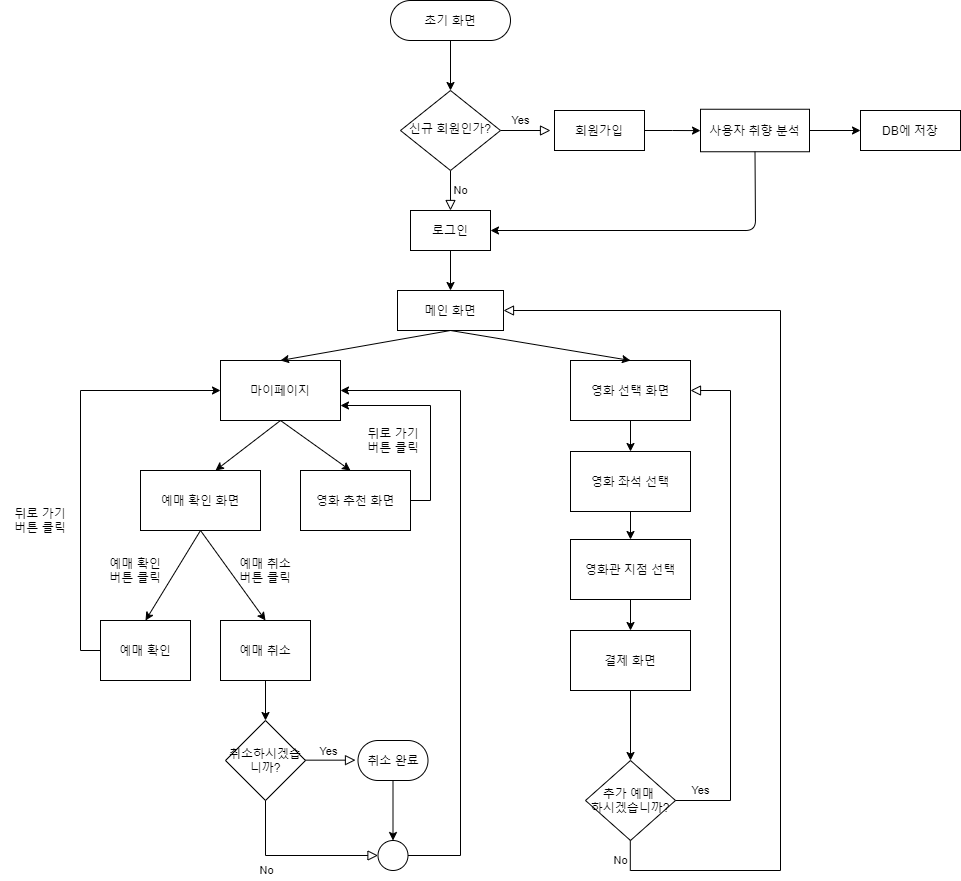
Earlier version of the draw.io export flowchart.png (NayeonKeum/MovieApp_Swing). Source tidied: cells renumbered, new cells last; positions are measured from the earlier drawing's top-left corner, leaving out a move shared by most shapes.
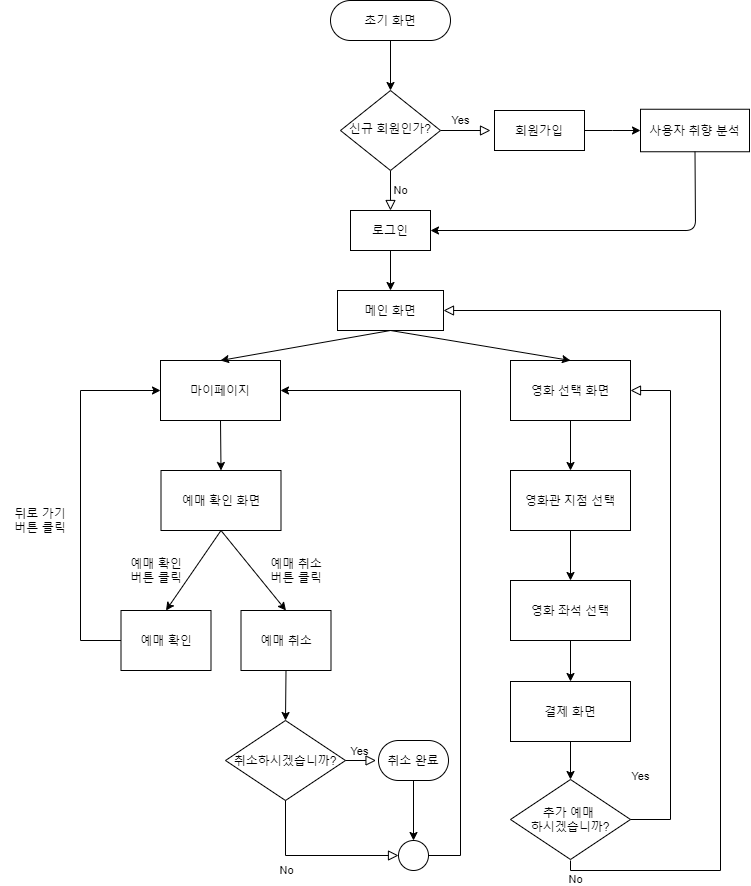
After the change.

The edit, as a diff of the source:
```diff
@@ -39,23 +39,12 @@
         </Array>
       </mxGeometry>
     </mxCell>
-    <mxCell id="11" style="endArrow=classic;html=1;exitX=1;exitY=0.5;exitDx=0;exitDy=0;entryX=0;entryY=0.5;entryDx=0;entryDy=0;" parent="1" edge="1" source="8">
-      <mxGeometry relative="1" as="geometry">
-        <mxPoint x="860" y="130" as="targetPoint" />
-      </mxGeometry>
-    </mxCell>
     <mxCell id="12" style="edgeStyle=orthogonalEdgeStyle;rounded=0;jettySize=auto;html=1;exitX=0.5;exitY=1;exitDx=0;exitDy=0;entryX=0.5;entryY=0;entryDx=0;entryDy=0;" parent="1" edge="1" source="13" target="43">
       <mxGeometry relative="1" as="geometry" />
     </mxCell>
     <mxCell id="13" value="영화 선택 화면" style="rounded=0;whiteSpace=wrap;html=1;" parent="1" vertex="1">
       <mxGeometry x="570" y="360" width="120" height="60" as="geometry" />
     </mxCell>
-    <mxCell id="14" style="edgeStyle=orthogonalEdgeStyle;rounded=0;jettySize=auto;html=1;exitX=1;exitY=0.5;exitDx=0;exitDy=0;entryX=1;entryY=0.75;entryDx=0;entryDy=0;" parent="1" edge="1" source="15" target="16">
-      <mxGeometry relative="1" as="geometry" />
-    </mxCell>
-    <mxCell id="15" value="영화 추천 화면" style="rounded=0;whiteSpace=wrap;html=1;" parent="1" vertex="1">
-      <mxGeometry x="300" y="470" width="110" height="60" as="geometry" />
-    </mxCell>
     <mxCell id="16" value="마이페이지" style="rounded=0;whiteSpace=wrap;html=1;" parent="1" vertex="1">
       <mxGeometry x="220" y="360" width="120" height="60" as="geometry" />
     </mxCell>
@@ -64,31 +53,28 @@
         <mxPoint x="450" y="290" as="targetPoint" />
       </mxGeometry>
     </mxCell>
-    <mxCell id="18" value="DB에 저장" style="rounded=0;whiteSpace=wrap;html=1;" parent="1" vertex="1">
-      <mxGeometry x="860" y="110" width="100" height="40" as="geometry" />
-    </mxCell>
     <mxCell id="19" value="메인 화면" style="rounded=0;whiteSpace=wrap;html=1;" parent="1" vertex="1">
       <mxGeometry x="397" y="290" width="106" height="40" as="geometry" />
     </mxCell>
-    <mxCell id="20" style="endArrow=classic;html=1;exitX=0.5;exitY=1;exitDx=0;exitDy=0;" parent="1" edge="1" source="16">
-      <mxGeometry relative="1" as="geometry">
-        <mxPoint x="350" y="470" as="targetPoint" />
-      </mxGeometry>
-    </mxCell>
     <mxCell id="21" value="예매 확인 화면" style="rounded=0;whiteSpace=wrap;html=1;" parent="1" vertex="1">
-      <mxGeometry x="140" y="470" width="120" height="60" as="geometry" />
+      <mxGeometry x="220.5" y="470" width="120" height="60" as="geometry" />
     </mxCell>
-    <mxCell id="22" style="endArrow=classic;html=1;exitX=0.5;exitY=1;exitDx=0;exitDy=0;entryX=0.625;entryY=0;entryDx=0;entryDy=0;entryPerimeter=0;" parent="1" edge="1" source="16" target="21">
+    <mxCell id="22" style="endArrow=classic;html=1;exitX=0.5;exitY=1;exitDx=0;exitDy=0;entryX=0.5;entryY=0;entryDx=0;entryDy=0;" parent="1" edge="1" source="16" target="21">
       <mxGeometry relative="1" as="geometry" />
     </mxCell>
     <mxCell id="23" style="edgeStyle=orthogonalEdgeStyle;rounded=0;jettySize=auto;html=1;exitX=0;exitY=0.5;exitDx=0;exitDy=0;entryX=0;entryY=0.5;entryDx=0;entryDy=0;" parent="1" edge="1" source="24" target="16">
-      <mxGeometry relative="1" as="geometry" />
+      <mxGeometry relative="1" as="geometry">
+        <Array as="points">
+          <mxPoint x="140" y="640" />
+          <mxPoint x="140" y="390" />
+        </Array>
+      </mxGeometry>
     </mxCell>
     <mxCell id="24" value="예매 확인" style="rounded=0;whiteSpace=wrap;html=1;" parent="1" vertex="1">
-      <mxGeometry x="100" y="620" width="90" height="60" as="geometry" />
+      <mxGeometry x="180.5" y="610" width="90" height="60" as="geometry" />
     </mxCell>
     <mxCell id="25" value="예매 취소" style="rounded=0;whiteSpace=wrap;html=1;" parent="1" vertex="1">
-      <mxGeometry x="220" y="620" width="90" height="60" as="geometry" />
+      <mxGeometry x="300.5" y="610" width="90" height="60" as="geometry" />
     </mxCell>
     <mxCell id="26" style="endArrow=classic;html=1;exitX=0.5;exitY=1;exitDx=0;exitDy=0;entryX=0.5;entryY=0;entryDx=0;entryDy=0;" parent="1" edge="1" source="21" target="24">
       <mxGeometry relative="1" as="geometry" />
@@ -97,23 +83,21 @@
       <mxGeometry relative="1" as="geometry" />
     </mxCell>
     <mxCell id="28" value="예매 확인 버튼 클릭" style="text;html=1;strokeColor=none;fillColor=none;align=center;verticalAlign=middle;whiteSpace=wrap;rounded=0;" parent="1" vertex="1">
-      <mxGeometry x="105" y="560" width="60" height="20" as="geometry" />
+      <mxGeometry x="185.5" y="560" width="60" height="20" as="geometry" />
     </mxCell>
     <mxCell id="29" value="예매 취소&lt;br&gt;버튼 클릭" style="text;html=1;strokeColor=none;fillColor=none;align=center;verticalAlign=middle;whiteSpace=wrap;rounded=0;" parent="1" vertex="1">
-      <mxGeometry x="230" y="560" width="70" height="20" as="geometry" />
+      <mxGeometry x="320.5" y="560" width="70" height="20" as="geometry" />
     </mxCell>
-    <mxCell id="30" style="endArrow=classic;html=1;exitX=0.5;exitY=1;exitDx=0;exitDy=0;entryX=0.5;entryY=0;entryDx=0;entryDy=0;" parent="1" edge="1" source="25">
-      <mxGeometry relative="1" as="geometry">
-        <mxPoint x="265" y="720" as="targetPoint" />
-      </mxGeometry>
+    <mxCell id="30" style="endArrow=classic;html=1;exitX=0.5;exitY=1;exitDx=0;exitDy=0;entryX=0.5;entryY=0;entryDx=0;entryDy=0;" parent="1" edge="1" source="25" target="31">
+      <mxGeometry relative="1" as="geometry" />
     </mxCell>
     <mxCell id="31" value="취소하시겠습니까?" style="rhombus;whiteSpace=wrap;html=1;" parent="1" vertex="1">
-      <mxGeometry x="225" y="720" width="80" height="80" as="geometry" />
+      <mxGeometry x="285" y="720" width="120" height="80" as="geometry" />
     </mxCell>
     <mxCell id="32" value="Yes" style="edgeStyle=orthogonalEdgeStyle;rounded=0;html=1;jettySize=auto;orthogonalLoop=1;fontSize=11;endArrow=block;endFill=0;endSize=8;strokeWidth=1;shadow=0;labelBackgroundColor=none;" parent="1" edge="1">
       <mxGeometry x="-0.1" y="9" relative="1" as="geometry">
-        <mxPoint x="305" y="759.7" as="sourcePoint" />
-        <mxPoint x="355" y="759.7" as="targetPoint" />
+        <mxPoint x="405" y="760" as="sourcePoint" />
+        <mxPoint x="435.5" y="759.7" as="targetPoint" />
       </mxGeometry>
     </mxCell>
     <mxCell id="33" value="No" style="edgeStyle=orthogonalEdgeStyle;rounded=0;html=1;jettySize=auto;fontSize=11;endArrow=block;endFill=0;endSize=8;strokeWidth=1;shadow=0;labelBackgroundColor=none;exitX=0.5;exitY=1;exitDx=0;exitDy=0;entryX=0;entryY=0.5;entryDx=0;entryDy=0;" parent="1" edge="1" source="31" target="37">
@@ -123,25 +107,22 @@
       <mxGeometry relative="1" as="geometry" />
     </mxCell>
     <mxCell id="35" value="취소 완료" style="rounded=1;whiteSpace=wrap;html=1;arcSize=50;" parent="1" vertex="1">
-      <mxGeometry x="357.5" y="740" width="70" height="40" as="geometry" />
+      <mxGeometry x="438" y="740" width="70" height="40" as="geometry" />
     </mxCell>
     <mxCell id="36" style="edgeStyle=orthogonalEdgeStyle;rounded=0;jettySize=auto;html=1;exitX=1;exitY=0.5;exitDx=0;exitDy=0;entryX=1;entryY=0.5;entryDx=0;entryDy=0;" parent="1" edge="1" source="37" target="16">
       <mxGeometry relative="1" as="geometry">
         <Array as="points">
-          <mxPoint x="460" y="855" />
-          <mxPoint x="460" y="390" />
+          <mxPoint x="520" y="855" />
+          <mxPoint x="520" y="390" />
         </Array>
       </mxGeometry>
     </mxCell>
     <mxCell id="37" style="ellipse;whiteSpace=wrap;html=1;" parent="1" vertex="1">
-      <mxGeometry x="377.5" y="840" width="30" height="30" as="geometry" />
+      <mxGeometry x="458" y="840" width="30" height="30" as="geometry" />
     </mxCell>
     <mxCell id="38" value="뒤로 가기&lt;br&gt;버튼 클릭" style="text;html=1;strokeColor=none;fillColor=none;align=center;verticalAlign=middle;whiteSpace=wrap;rounded=0;" parent="1" vertex="1">
-      <mxGeometry y="510" width="80" height="20" as="geometry" />
+      <mxGeometry x="60" y="510" width="80" height="20" as="geometry" />
     </mxCell>
-    <mxCell id="39" value="뒤로 가기&lt;br&gt;버튼 클릭" style="text;html=1;strokeColor=none;fillColor=none;align=center;verticalAlign=middle;whiteSpace=wrap;rounded=0;" parent="1" vertex="1">
-      <mxGeometry x="352.5" y="430" width="80" height="20" as="geometry" />
-    </mxCell>
     <mxCell id="40" style="endArrow=classic;html=1;exitX=0.5;exitY=1;exitDx=0;exitDy=0;entryX=0.5;entryY=0;entryDx=0;entryDy=0;" parent="1" edge="1" source="19" target="16">
       <mxGeometry relative="1" as="geometry" />
     </mxCell>
@@ -153,30 +134,30 @@
     <mxCell id="42" style="edgeStyle=orthogonalEdgeStyle;rounded=0;jettySize=auto;html=1;exitX=0.5;exitY=1;exitDx=0;exitDy=0;entryX=0.5;entryY=0;entryDx=0;entryDy=0;" parent="1" edge="1" source="43" target="45">
       <mxGeometry relative="1" as="geometry" />
     </mxCell>
-    <mxCell id="43" value="영화 좌석 선택" style="rounded=0;whiteSpace=wrap;html=1;" parent="1" vertex="1">
-      <mxGeometry x="570" y="451" width="120" height="60" as="geometry" />
+    <mxCell id="43" value="영화관 지점 선택" style="rounded=0;whiteSpace=wrap;html=1;" parent="1" vertex="1">
+      <mxGeometry x="570" y="470" width="120" height="60" as="geometry" />
     </mxCell>
     <mxCell id="44" style="edgeStyle=orthogonalEdgeStyle;rounded=0;jettySize=auto;html=1;exitX=0.5;exitY=1;exitDx=0;exitDy=0;entryX=0.5;entryY=0;entryDx=0;entryDy=0;" parent="1" edge="1" source="45" target="47">
       <mxGeometry relative="1" as="geometry" />
     </mxCell>
-    <mxCell id="45" value="영화관 지점 선택" style="rounded=0;whiteSpace=wrap;html=1;" parent="1" vertex="1">
-      <mxGeometry x="570" y="539" width="120" height="60" as="geometry" />
+    <mxCell id="45" value="영화 좌석 선택" style="rounded=0;whiteSpace=wrap;html=1;" parent="1" vertex="1">
+      <mxGeometry x="570" y="580" width="120" height="60" as="geometry" />
     </mxCell>
     <mxCell id="46" style="edgeStyle=orthogonalEdgeStyle;rounded=0;jettySize=auto;html=1;" parent="1" edge="1" source="47" target="48">
       <mxGeometry relative="1" as="geometry" />
     </mxCell>
     <mxCell id="47" value="결제 화면" style="rounded=0;whiteSpace=wrap;html=1;" parent="1" vertex="1">
-      <mxGeometry x="570" y="630" width="120" height="60" as="geometry" />
+      <mxGeometry x="570" y="681" width="120" height="60" as="geometry" />
     </mxCell>
     <mxCell id="48" value="추가 예매&amp;nbsp;&lt;br&gt;하시겠습니까?" style="rhombus;whiteSpace=wrap;html=1;rounded=0;" parent="1" vertex="1">
-      <mxGeometry x="585" y="760" width="90" height="80" as="geometry" />
+      <mxGeometry x="570" y="779" width="120" height="80" as="geometry" />
     </mxCell>
     <mxCell id="49" style="endArrow=classic;html=1;exitX=0.5;exitY=1;exitDx=0;exitDy=0;entryX=0.5;entryY=0;entryDx=0;entryDy=0;" parent="1" edge="1" source="2" target="5">
       <mxGeometry relative="1" as="geometry" />
     </mxCell>
     <mxCell id="50" value="Yes" style="rounded=0;html=1;jettySize=auto;fontSize=11;endArrow=block;endFill=0;endSize=8;strokeWidth=1;shadow=0;labelBackgroundColor=none;edgeStyle=orthogonalEdgeStyle;entryX=1;entryY=0.5;entryDx=0;entryDy=0;" parent="1" edge="1" target="19">
       <mxGeometry x="-0.49" y="80" relative="1" as="geometry">
-        <mxPoint x="629.8" y="840" as="sourcePoint" />
+        <mxPoint x="630" y="860" as="sourcePoint" />
         <Array as="points">
           <mxPoint x="630" y="870" />
           <mxPoint x="780" y="870" />
@@ -184,11 +165,10 @@
         </Array>
       </mxGeometry>
     </mxCell>
-    <mxCell id="51" value="No" style="edgeStyle=orthogonalEdgeStyle;rounded=0;html=1;jettySize=auto;fontSize=11;endArrow=block;endFill=0;endSize=8;strokeWidth=1;shadow=0;labelBackgroundColor=none;entryX=1;entryY=0.5;entryDx=0;entryDy=0;" parent="1" edge="1" target="13">
+    <mxCell id="51" value="No" style="edgeStyle=orthogonalEdgeStyle;rounded=0;html=1;jettySize=auto;fontSize=11;endArrow=block;endFill=0;endSize=8;strokeWidth=1;shadow=0;labelBackgroundColor=none;entryX=1;entryY=0.5;entryDx=0;entryDy=0;exitX=1;exitY=0.5;exitDx=0;exitDy=0;" parent="1" edge="1" source="48" target="13">
       <mxGeometry x="-1" y="-81" relative="1" as="geometry">
-        <mxPoint x="675" y="800" as="sourcePoint" />
         <Array as="points">
-          <mxPoint x="730" y="800" />
+          <mxPoint x="730" y="819" />
           <mxPoint x="730" y="390" />
         </Array>
         <mxPoint x="-55" y="-21" as="offset" />
```
